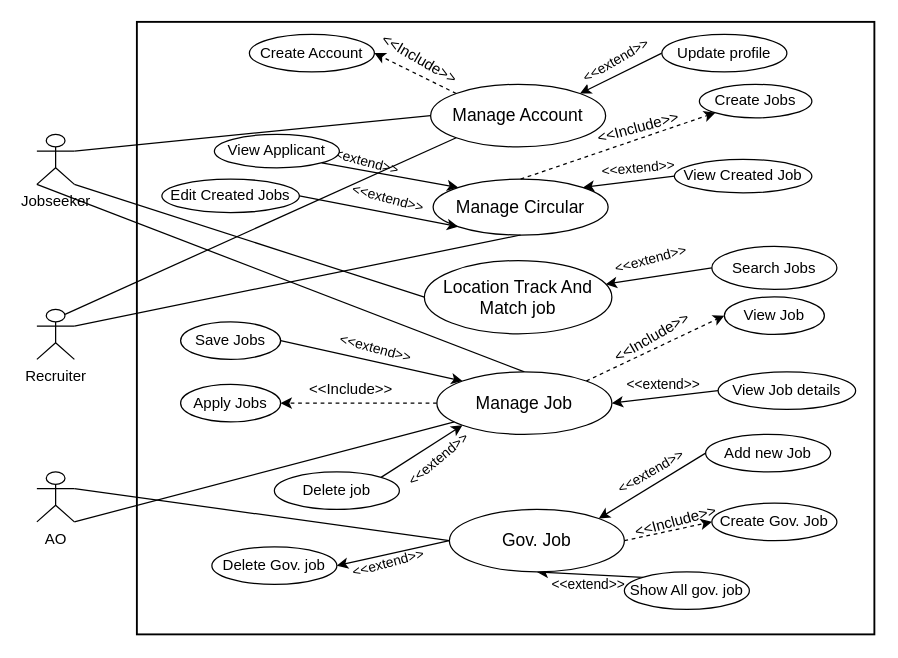
Earlier version of the draw.io diagram page "Page-2" (2 of 10) of public/uploads/Untitled Diagram.drawio (musaddak7/jobportalbd). Source tidied: cells renumbered, new cells numbered last; positions are measured from the earlier drawing's top-left corner, leaving out a move shared by most shapes. Both pictures are drawn from the tidied source at 125%, with x=0, y=0 at pixel (36, 21).
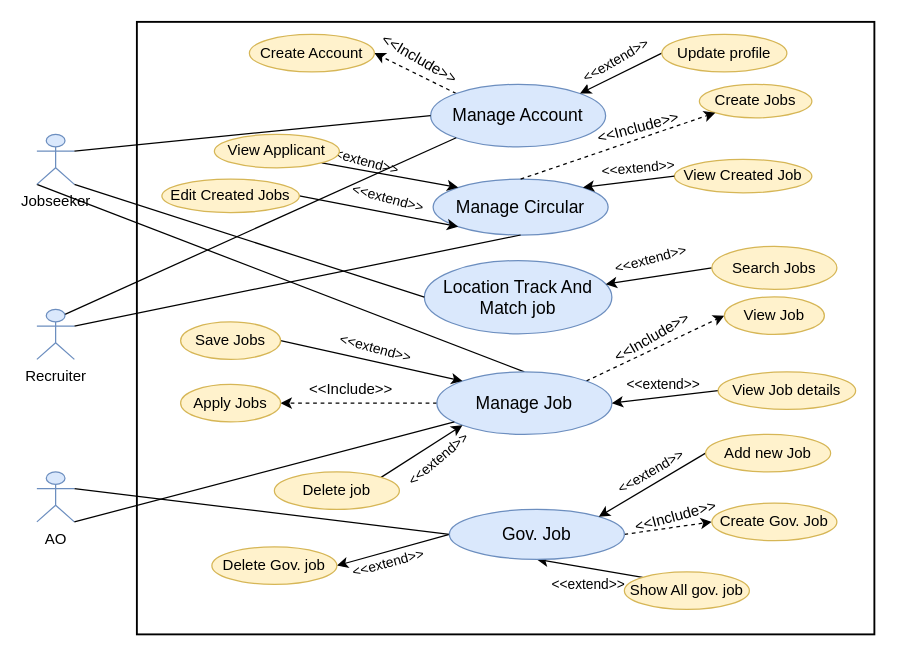
The same diagram, later.

The change refers to these unchanged cells:
```xml
<mxCell id="3" style="rounded=0;jettySize=auto;html=1;exitX=0;exitY=0;exitDx=0;exitDy=0;entryX=1;entryY=0.5;entryDx=0;entryDy=0;dashed=1;" parent="1" edge="1" source="9" target="23">
  <mxGeometry relative="1" as="geometry" />
</mxCell>
<mxCell id="24" style="group;" parent="1" vertex="1">
  <mxGeometry x="122" y="90" width="518" height="170" as="geometry" />
</mxCell>
<mxCell id="30" style="group;" parent="24" vertex="1">
  <mxGeometry x="198" y="89.5" width="320" height="80.5" as="geometry" />
</mxCell>
<mxCell id="57" style="group;" parent="1" vertex="1">
  <mxGeometry x="115" y="220" width="540" height="110" as="geometry" />
</mxCell>
```

Diff of the diagram source:
```diff
@@
     <mxCell id="8" value="&lt;font style=&quot;font-size: 12px;&quot;&gt;&amp;lt;&amp;lt;Include&amp;gt;&amp;gt;&lt;/font&gt;" style="edgeLabel;html=1;align=center;verticalAlign=middle;rotation=-15;" parent="3" vertex="1">
       <mxGeometry x="0.07" y="1" relative="1" as="geometry">
-        <mxPoint x="210" y="359" as="offset" />
+        <mxPoint x="210" y="355" as="offset" />
       </mxGeometry>
     </mxCell>
-    <mxCell id="9" value="&lt;font style=&quot;font-size: 14px;&quot;&gt;Manage Account&lt;/font&gt;" style="ellipse;whiteSpace=wrap;html=1;" parent="1" vertex="1">
+    <mxCell id="9" value="&lt;font style=&quot;font-size: 14px;&quot;&gt;Manage Account&lt;/font&gt;" style="ellipse;whiteSpace=wrap;html=1;fillColor=#dae8fc;strokeColor=#6c8ebf;" parent="1" vertex="1">
       <mxGeometry x="315" y="50" width="140" height="50" as="geometry" />
     </mxCell>
@@
-    <mxCell id="22" value="Update profile" style="ellipse;whiteSpace=wrap;html=1;" parent="1" vertex="1">
+    <mxCell id="22" value="Update profile" style="ellipse;whiteSpace=wrap;html=1;fillColor=#fff2cc;strokeColor=#d6b656;" parent="1" vertex="1">
       <mxGeometry x="500" y="10" width="100" height="30" as="geometry" />
     </mxCell>
-    <mxCell id="23" value="Create Account" style="ellipse;whiteSpace=wrap;html=1;" parent="1" vertex="1">
+    <mxCell id="23" value="Create Account" style="ellipse;whiteSpace=wrap;html=1;fillColor=#fff2cc;strokeColor=#d6b656;" parent="1" vertex="1">
       <mxGeometry x="170" y="10" width="100" height="30" as="geometry" />
     </mxCell>
@@
-    <mxCell id="25" value="&lt;font style=&quot;font-size: 14px;&quot;&gt;Manage Circular&lt;br&gt;&lt;/font&gt;" style="ellipse;whiteSpace=wrap;html=1;" parent="24" vertex="1">
+    <mxCell id="25" value="&lt;font style=&quot;font-size: 14px;&quot;&gt;Manage Circular&lt;br&gt;&lt;/font&gt;" style="ellipse;whiteSpace=wrap;html=1;fillColor=#dae8fc;strokeColor=#6c8ebf;" parent="24" vertex="1">
       <mxGeometry x="195" y="35.8" width="140" height="44.7" as="geometry" />
     </mxCell>
@@
-    <mxCell id="27" value="View Applicant" style="ellipse;whiteSpace=wrap;html=1;" parent="24" vertex="1">
+    <mxCell id="27" value="View Applicant" style="ellipse;whiteSpace=wrap;html=1;fillColor=#fff2cc;strokeColor=#d6b656;" parent="24" vertex="1">
       <mxGeometry x="20" width="100" height="26.8" as="geometry" />
     </mxCell>
@@
-    <mxCell id="29" value="Edit Created Jobs" style="ellipse;whiteSpace=wrap;html=1;" parent="24" vertex="1">
+    <mxCell id="29" value="Edit Created Jobs" style="ellipse;whiteSpace=wrap;html=1;fillColor=#fff2cc;strokeColor=#d6b656;" parent="24" vertex="1">
       <mxGeometry x="-22" y="35.8" width="110" height="26.8" as="geometry" />
     </mxCell>
@@
-    <mxCell id="31" value="&lt;font style=&quot;font-size: 14px;&quot;&gt;Location Track And Match job&lt;br&gt;&lt;/font&gt;" style="ellipse;whiteSpace=wrap;html=1;" parent="30" vertex="1">
+    <mxCell id="31" value="&lt;font style=&quot;font-size: 14px;&quot;&gt;Location Track And Match job&lt;br&gt;&lt;/font&gt;" style="ellipse;whiteSpace=wrap;html=1;fillColor=#dae8fc;strokeColor=#6c8ebf;" parent="30" vertex="1">
       <mxGeometry x="-10" y="11.5" width="150" height="58.5" as="geometry" />
     </mxCell>
@@
-    <mxCell id="33" value="Search Jobs" style="ellipse;whiteSpace=wrap;html=1;" parent="30" vertex="1">
+    <mxCell id="33" value="Search Jobs" style="ellipse;whiteSpace=wrap;html=1;fillColor=#fff2cc;strokeColor=#d6b656;" parent="30" vertex="1">
       <mxGeometry x="220" width="100" height="34.5" as="geometry" />
     </mxCell>
@@
-    <mxCell id="35" value="View Created Job" style="ellipse;whiteSpace=wrap;html=1;" parent="24" vertex="1">
+    <mxCell id="35" value="View Created Job" style="ellipse;whiteSpace=wrap;html=1;fillColor=#fff2cc;strokeColor=#d6b656;" parent="24" vertex="1">
       <mxGeometry x="388" y="20" width="110" height="26.8" as="geometry" />
     </mxCell>
@@
-    <mxCell id="39" value="Jobseeker" style="shape=umlActor;verticalLabelPosition=bottom;verticalAlign=top;html=1;outlineConnect=0;" parent="1" vertex="1">
+    <mxCell id="39" value="Jobseeker" style="shape=umlActor;verticalLabelPosition=bottom;verticalAlign=top;html=1;outlineConnect=0;fillColor=#dae8fc;strokeColor=#6c8ebf;" parent="1" vertex="1">
       <mxGeometry y="90" width="30" height="40" as="geometry" />
     </mxCell>
@@
-    <mxCell id="42" value="Recruiter" style="shape=umlActor;verticalLabelPosition=bottom;verticalAlign=top;html=1;outlineConnect=0;" parent="1" vertex="1">
+    <mxCell id="42" value="Recruiter" style="shape=umlActor;verticalLabelPosition=bottom;verticalAlign=top;html=1;outlineConnect=0;fillColor=#dae8fc;strokeColor=#6c8ebf;" parent="1" vertex="1">
       <mxGeometry y="230" width="30" height="40" as="geometry" />
     </mxCell>
@@
-    <mxCell id="44" value="AO" style="shape=umlActor;verticalLabelPosition=bottom;verticalAlign=top;html=1;outlineConnect=0;" parent="1" vertex="1">
+    <mxCell id="44" value="AO" style="shape=umlActor;verticalLabelPosition=bottom;verticalAlign=top;html=1;outlineConnect=0;fillColor=#dae8fc;strokeColor=#6c8ebf;" parent="1" vertex="1">
       <mxGeometry y="360" width="30" height="40" as="geometry" />
     </mxCell>
@@
-    <mxCell id="46" value="Create Jobs" style="ellipse;whiteSpace=wrap;html=1;" parent="1" vertex="1">
+    <mxCell id="46" value="Create Jobs" style="ellipse;whiteSpace=wrap;html=1;fillColor=#fff2cc;strokeColor=#d6b656;" parent="1" vertex="1">
       <mxGeometry x="530" y="50" width="90" height="26.8" as="geometry" />
     </mxCell>
@@
-    <mxCell id="49" value="Show All gov. job" style="ellipse;whiteSpace=wrap;html=1;" parent="1" vertex="1">
+    <mxCell id="49" value="Show All gov. job" style="ellipse;whiteSpace=wrap;html=1;fillColor=#fff2cc;strokeColor=#d6b656;" parent="1" vertex="1">
       <mxGeometry x="470" y="440" width="100" height="30" as="geometry" />
     </mxCell>
@@
-    <mxCell id="52" value="&lt;font style=&quot;font-size: 14px;&quot;&gt;Gov. Job&lt;font style=&quot;font-size: 14px;&quot;&gt;&lt;br&gt;&lt;/font&gt;&lt;/font&gt;" style="ellipse;whiteSpace=wrap;html=1;" parent="1" vertex="1">
-      <mxGeometry x="330" y="390" width="140" height="50" as="geometry" />
+    <mxCell id="52" value="&lt;font style=&quot;font-size: 14px;&quot;&gt;Gov. Job&lt;font style=&quot;font-size: 14px;&quot;&gt;&lt;br&gt;&lt;/font&gt;&lt;/font&gt;" style="ellipse;whiteSpace=wrap;html=1;fillColor=#dae8fc;strokeColor=#6c8ebf;" parent="1" vertex="1">
+      <mxGeometry x="330" y="390" width="140" height="40" as="geometry" />
     </mxCell>
@@
-    <mxCell id="54" value="Add new Job" style="ellipse;whiteSpace=wrap;html=1;" parent="1" vertex="1">
+    <mxCell id="54" value="Add new Job" style="ellipse;whiteSpace=wrap;html=1;fillColor=#fff2cc;strokeColor=#d6b656;" parent="1" vertex="1">
       <mxGeometry x="535" y="330" width="100" height="30" as="geometry" />
     </mxCell>
-    <mxCell id="55" value="Delete Gov. job" style="ellipse;whiteSpace=wrap;html=1;" parent="1" vertex="1">
+    <mxCell id="55" value="Delete Gov. job" style="ellipse;whiteSpace=wrap;html=1;fillColor=#fff2cc;strokeColor=#d6b656;" parent="1" vertex="1">
       <mxGeometry x="140" y="420" width="100" height="30" as="geometry" />
     </mxCell>
-    <mxCell id="56" value="Create Gov. Job" style="ellipse;whiteSpace=wrap;html=1;" parent="1" vertex="1">
+    <mxCell id="56" value="Create Gov. Job" style="ellipse;whiteSpace=wrap;html=1;fillColor=#fff2cc;strokeColor=#d6b656;" parent="1" vertex="1">
       <mxGeometry x="540" y="385" width="100" height="30" as="geometry" />
     </mxCell>
@@
-    <mxCell id="60" value="&lt;font style=&quot;font-size: 14px;&quot;&gt;Manage Job&lt;/font&gt;" style="ellipse;whiteSpace=wrap;html=1;" parent="57" vertex="1">
+    <mxCell id="60" value="&lt;font style=&quot;font-size: 14px;&quot;&gt;Manage Job&lt;/font&gt;" style="ellipse;whiteSpace=wrap;html=1;fillColor=#dae8fc;strokeColor=#6c8ebf;" parent="57" vertex="1">
       <mxGeometry x="205" y="60" width="140" height="50" as="geometry" />
     </mxCell>
-    <mxCell id="61" value="View Job" style="ellipse;whiteSpace=wrap;html=1;" parent="57" vertex="1">
+    <mxCell id="61" value="View Job" style="ellipse;whiteSpace=wrap;html=1;fillColor=#fff2cc;strokeColor=#d6b656;" parent="57" vertex="1">
       <mxGeometry x="435" width="80" height="30" as="geometry" />
     </mxCell>
@@
-    <mxCell id="63" value="View Job details" style="ellipse;whiteSpace=wrap;html=1;" parent="57" vertex="1">
+    <mxCell id="63" value="View Job details" style="ellipse;whiteSpace=wrap;html=1;fillColor=#fff2cc;strokeColor=#d6b656;" parent="57" vertex="1">
       <mxGeometry x="430" y="60" width="110" height="30" as="geometry" />
     </mxCell>
@@
-    <mxCell id="65" value="Save Jobs" style="ellipse;whiteSpace=wrap;html=1;" parent="57" vertex="1">
+    <mxCell id="65" value="Save Jobs" style="ellipse;whiteSpace=wrap;html=1;fillColor=#fff2cc;strokeColor=#d6b656;" parent="57" vertex="1">
       <mxGeometry y="20" width="80" height="30" as="geometry" />
     </mxCell>
-    <mxCell id="66" value="Apply Jobs" style="ellipse;whiteSpace=wrap;html=1;" parent="57" vertex="1">
+    <mxCell id="66" value="Apply Jobs" style="ellipse;whiteSpace=wrap;html=1;fillColor=#fff2cc;strokeColor=#d6b656;" parent="57" vertex="1">
       <mxGeometry y="70" width="80" height="30" as="geometry" />
     </mxCell>
@@
-    <mxCell id="69" value="Delete job" style="ellipse;whiteSpace=wrap;html=1;" parent="1" vertex="1">
+    <mxCell id="69" value="Delete job" style="ellipse;whiteSpace=wrap;html=1;fillColor=#fff2cc;strokeColor=#d6b656;" parent="1" vertex="1">
       <mxGeometry x="190" y="360" width="100" height="30" as="geometry" />
     </mxCell>
```
